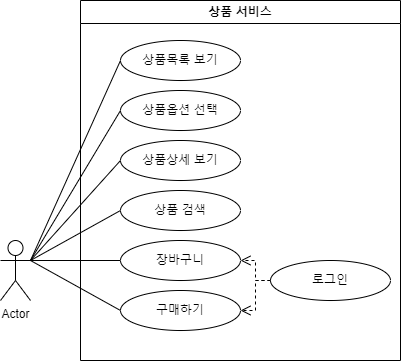
Earlier version of the draw.io export 상품서비스.drawio.png (pjhong1004/springhomework). Source tidied: cells renumbered, new cells last; positions are measured from the earlier drawing's top-left corner, leaving out a move shared by most shapes.
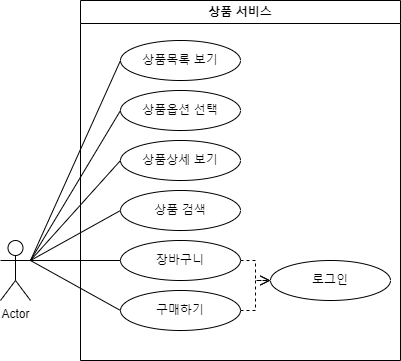
Later version of the same file.

Commit message:
상품서비스.drawio.png 업데이트

The edit, as a diff of the source:
```diff
@@ -39,10 +39,8 @@
     <mxCell id="12" value="로그인" style="ellipse;whiteSpace=wrap;html=1;" parent="3" vertex="1">
       <mxGeometry x="190" y="260" width="120" height="40" as="geometry" />
     </mxCell>
-    <mxCell id="13" style="html=1;verticalAlign=bottom;endArrow=open;dashed=1;endSize=8;edgeStyle=elbowEdgeStyle;elbow=horizontal;curved=0;rounded=0;entryX=1;entryY=0.5;entryDx=0;entryDy=0;" parent="3" edge="1" target="11">
-      <mxGeometry relative="1" as="geometry">
-        <mxPoint x="190" y="280" as="sourcePoint" />
-      </mxGeometry>
+    <mxCell id="13" style="html=1;verticalAlign=bottom;endArrow=open;dashed=1;endSize=8;edgeStyle=elbowEdgeStyle;elbow=horizontal;curved=0;rounded=0;exitX=1;exitY=0.5;exitDx=0;exitDy=0;entryX=0;entryY=0.5;entryDx=0;entryDy=0;" parent="3" edge="1" source="11" target="12">
+      <mxGeometry relative="1" as="geometry" />
     </mxCell>
     <mxCell id="14" style="endArrow=none;html=1;rounded=0;entryX=0;entryY=0.5;entryDx=0;entryDy=0;" parent="1" edge="1" target="4">
       <mxGeometry relative="1" as="geometry">
@@ -65,9 +63,9 @@
         <mxPoint x="120" y="210" as="targetPoint" />
       </mxGeometry>
     </mxCell>
-    <mxCell id="18" style="html=1;verticalAlign=bottom;endArrow=open;dashed=1;endSize=8;edgeStyle=elbowEdgeStyle;elbow=horizontal;curved=0;rounded=0;entryX=1;entryY=0.5;entryDx=0;entryDy=0;" parent="1" edge="1" target="5">
+    <mxCell id="18" style="html=1;verticalAlign=bottom;endArrow=open;dashed=1;endSize=8;edgeStyle=elbowEdgeStyle;elbow=horizontal;curved=0;rounded=0;exitX=1;exitY=0.5;exitDx=0;exitDy=0;" parent="1" edge="1" source="5">
       <mxGeometry relative="1" as="geometry">
-        <mxPoint x="270" y="280" as="sourcePoint" />
+        <mxPoint x="270" y="280" as="targetPoint" />
       </mxGeometry>
     </mxCell>
   </root>
```
